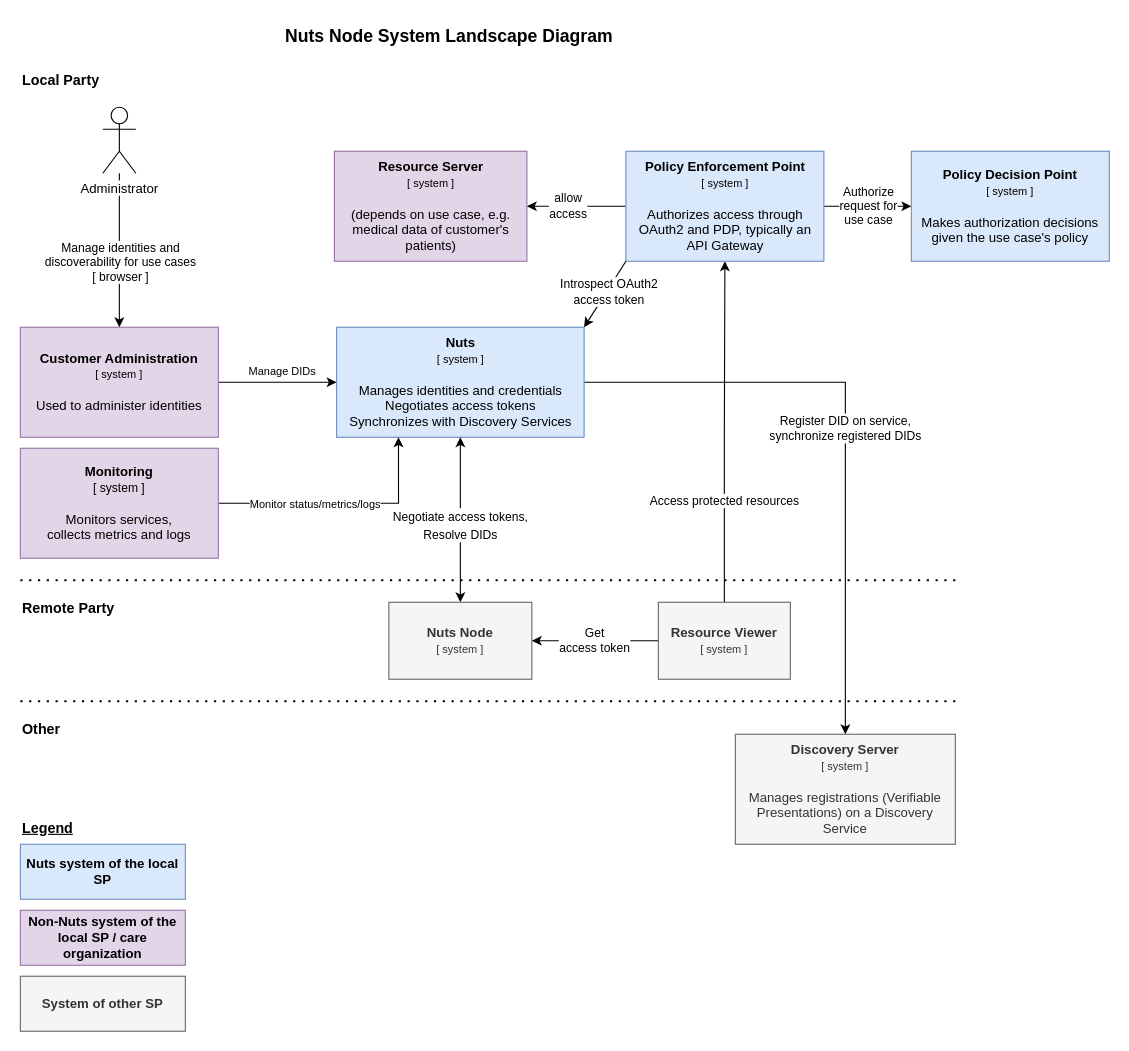
The draw.io diagram page "System Landscape Diagram" (1 of 2) of docs/diagrams/deployment-diagram.drawio in nuts-foundation/nuts-node, before the edit. Source tidied: cells renumbered, new cells numbered last; positions are measured from the earlier drawing's top-left corner, leaving out a move shared by most shapes. Both pictures are drawn from the tidied source at 110%, with x=0, y=0 at pixel (20, 19).
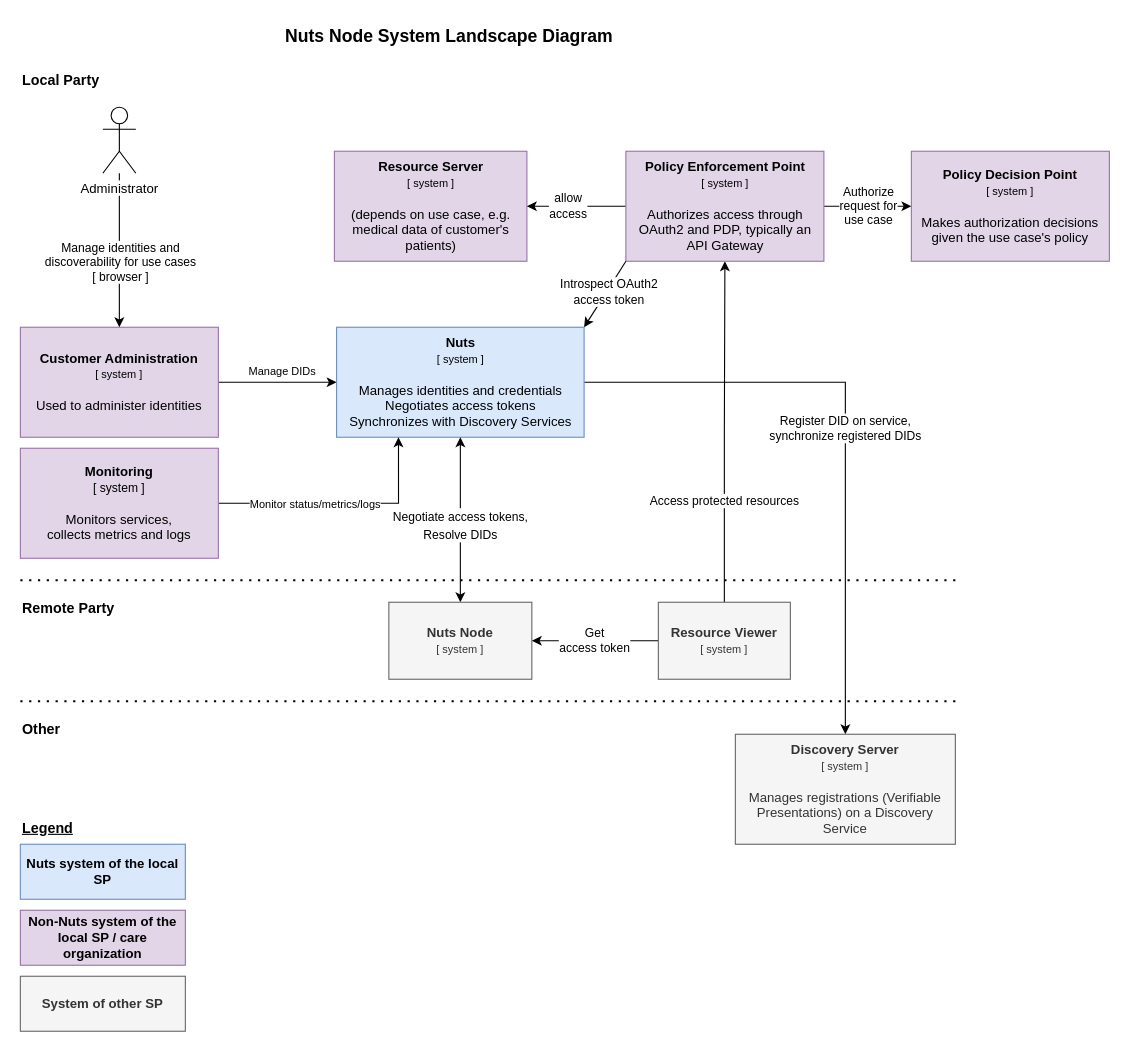
Above is the later version.

Change to the diagram source:
```diff
@@
-    <mxCell id="29" value="&lt;font style=&quot;&quot;&gt;&lt;b&gt;Policy Enforcement Point&lt;/b&gt;&lt;/font&gt;&lt;div&gt;&lt;font style=&quot;font-size: 10px;&quot;&gt;[ system ]&lt;/font&gt;&lt;br&gt;&lt;br&gt;Authorizes access through OAuth2 and PDP, typically an API Gateway&lt;/div&gt;" style="rounded=0;whiteSpace=wrap;html=1;fillColor=#dae8fc;strokeColor=#6c8ebf;" parent="1" vertex="1">
+    <mxCell id="29" value="&lt;font style=&quot;&quot;&gt;&lt;b&gt;Policy Enforcement Point&lt;/b&gt;&lt;/font&gt;&lt;div&gt;&lt;font style=&quot;font-size: 10px;&quot;&gt;[ system ]&lt;/font&gt;&lt;br&gt;&lt;br&gt;Authorizes access through OAuth2 and PDP, typically an API Gateway&lt;/div&gt;" style="rounded=0;whiteSpace=wrap;html=1;fillColor=#e1d5e7;strokeColor=#9673a6;" parent="1" vertex="1">
       <mxGeometry x="550.5" y="120" width="180" height="100" as="geometry" />
     </mxCell>
@@
-    <mxCell id="33" value="&lt;font style=&quot;&quot;&gt;&lt;b&gt;Policy Decision Point&lt;/b&gt;&lt;/font&gt;&lt;div&gt;&lt;font style=&quot;font-size: 10px;&quot;&gt;[ system ]&lt;/font&gt;&lt;br&gt;&lt;br&gt;Makes authorization decisions given the use case's policy&lt;/div&gt;" style="rounded=0;whiteSpace=wrap;html=1;fillColor=#dae8fc;strokeColor=#6c8ebf;" parent="1" vertex="1">
+    <mxCell id="33" value="&lt;font style=&quot;&quot;&gt;&lt;b&gt;Policy Decision Point&lt;/b&gt;&lt;/font&gt;&lt;div&gt;&lt;font style=&quot;font-size: 10px;&quot;&gt;[ system ]&lt;/font&gt;&lt;br&gt;&lt;br&gt;Makes authorization decisions given the use case's policy&lt;/div&gt;" style="rounded=0;whiteSpace=wrap;html=1;fillColor=#e1d5e7;strokeColor=#9673a6;" parent="1" vertex="1">
       <mxGeometry x="810" y="120" width="180" height="100" as="geometry" />
     </mxCell>
```
